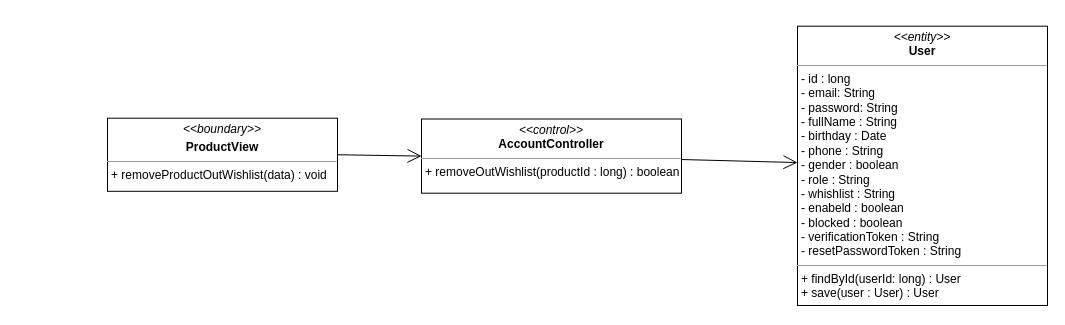
Above: class diagram/remove-product-to-wishlist.drawio in nguyenphamvan/datn_20202 (draw.io), before the change. Source tidied: cells renumbered, new cells numbered last; positions are measured from the earlier drawing's top-left corner, leaving out a move shared by most shapes. Both pictures are drawn from the tidied source at 100%, with x=0, y=0 at pixel (107, 26).
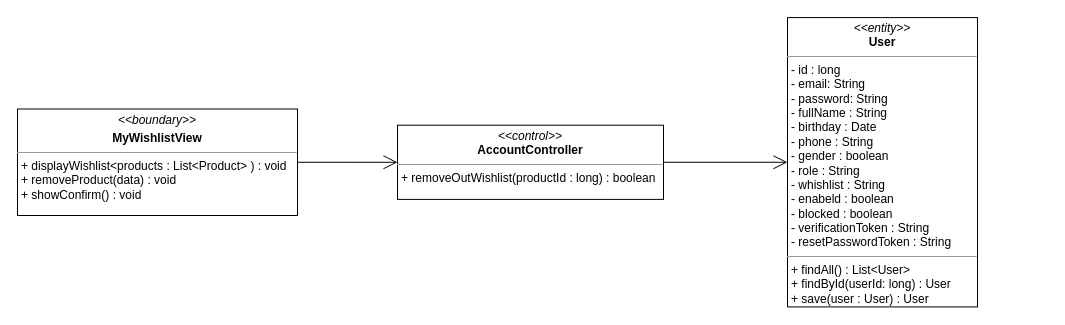
The same page after the edit.

The edit, as a diff of the source:
```diff
@@
 <mxGraphModel>
   <root>
     <mxCell id="0" />
     <mxCell id="1" parent="0" />
-    <mxCell id="2" value="&lt;p style=&quot;margin: 0px ; margin-top: 4px ; text-align: center&quot;&gt;&lt;i&gt;&amp;lt;&amp;lt;boundary&amp;gt;&amp;gt;&lt;/i&gt;&lt;/p&gt;&lt;p style=&quot;margin: 0px ; margin-top: 4px ; text-align: center&quot;&gt;&lt;b&gt;ProductView&lt;/b&gt;&lt;/p&gt;&lt;hr size=&quot;1&quot;&gt;&lt;p style=&quot;margin: 0px ; margin-left: 4px&quot;&gt;&lt;span&gt;+ removeProductOutWishlist(data) : void&lt;/span&gt;&lt;br&gt;&lt;/p&gt;" style="verticalAlign=top;align=left;overflow=fill;fontSize=12;fontFamily=Helvetica;html=1;" parent="1" vertex="1">
-      <mxGeometry y="91.7" width="230" height="73.1" as="geometry" />
+    <mxCell id="2" value="&lt;p style=&quot;margin: 0px ; margin-top: 4px ; text-align: center&quot;&gt;&lt;i&gt;&amp;lt;&amp;lt;boundary&amp;gt;&amp;gt;&lt;/i&gt;&lt;/p&gt;&lt;p style=&quot;margin: 0px ; margin-top: 4px ; text-align: center&quot;&gt;&lt;b&gt;MyWishlistView&lt;/b&gt;&lt;/p&gt;&lt;hr size=&quot;1&quot;&gt;&lt;p style=&quot;margin: 0px ; margin-left: 4px&quot;&gt;&lt;span&gt;+ displayWishlist&amp;lt;products : List&amp;lt;Product&amp;gt; ) : void&lt;/span&gt;&lt;/p&gt;&lt;p style=&quot;margin: 0px ; margin-left: 4px&quot;&gt;&lt;span&gt;+ removeProduct(data) : void&lt;/span&gt;&lt;br&gt;&lt;/p&gt;&lt;p style=&quot;margin: 0px ; margin-left: 4px&quot;&gt;+ showConfirm() : void&lt;/p&gt;" style="verticalAlign=top;align=left;overflow=fill;fontSize=12;fontFamily=Helvetica;html=1;" parent="1" vertex="1">
+      <mxGeometry x="-90" y="82.5" width="280" height="106.5" as="geometry" />
     </mxCell>
     <mxCell id="3" value="&lt;p style=&quot;margin: 0px ; margin-top: 4px ; text-align: center&quot;&gt;&lt;i&gt;&amp;lt;&amp;lt;control&amp;gt;&amp;gt;&lt;/i&gt;&lt;br&gt;&lt;b&gt;AccountController&lt;/b&gt;&lt;/p&gt;&lt;hr size=&quot;1&quot;&gt;&lt;p style=&quot;margin: 0px ; margin-left: 4px&quot;&gt;&lt;span&gt;+ removeOutWishlist(productId : long) : boolean&lt;/span&gt;&lt;br&gt;&lt;/p&gt;" style="verticalAlign=top;align=left;overflow=fill;fontSize=12;fontFamily=Helvetica;html=1;" parent="1" vertex="1">
-      <mxGeometry x="314" y="92.5" width="260" height="74.2" as="geometry" />
+      <mxGeometry x="290" y="98.7" width="266" height="74.2" as="geometry" />
     </mxCell>
-    <mxCell id="4" value="&lt;p style=&quot;margin: 0px ; margin-top: 4px ; text-align: center&quot;&gt;&lt;i&gt;&amp;lt;&amp;lt;entity&amp;gt;&amp;gt;&lt;/i&gt;&lt;br&gt;&lt;b&gt;User&lt;/b&gt;&lt;/p&gt;&lt;hr size=&quot;1&quot;&gt;&lt;p style=&quot;margin: 0px ; margin-left: 4px&quot;&gt;- id : long&lt;/p&gt;&lt;p style=&quot;margin: 0px ; margin-left: 4px&quot;&gt;- email: String&lt;br&gt;- password: String&lt;/p&gt;&lt;p style=&quot;margin: 0px ; margin-left: 4px&quot;&gt;- fullName : String&lt;/p&gt;&lt;p style=&quot;margin: 0px ; margin-left: 4px&quot;&gt;- birthday : Date&lt;/p&gt;&lt;p style=&quot;margin: 0px ; margin-left: 4px&quot;&gt;- phone : String&lt;/p&gt;&lt;p style=&quot;margin: 0px ; margin-left: 4px&quot;&gt;- gender : boolean&lt;/p&gt;&lt;p style=&quot;margin: 0px ; margin-left: 4px&quot;&gt;- role : String&lt;/p&gt;&lt;p style=&quot;margin: 0px ; margin-left: 4px&quot;&gt;- whishlist : String&lt;/p&gt;&lt;p style=&quot;margin: 0px ; margin-left: 4px&quot;&gt;- enabeld : boolean&lt;/p&gt;&lt;p style=&quot;margin: 0px ; margin-left: 4px&quot;&gt;- blocked : boolean&lt;/p&gt;&lt;p style=&quot;margin: 0px ; margin-left: 4px&quot;&gt;- verificationToken : String&lt;/p&gt;&lt;p style=&quot;margin: 0px ; margin-left: 4px&quot;&gt;- resetPasswordToken : String&lt;/p&gt;&lt;hr size=&quot;1&quot;&gt;&lt;p style=&quot;margin: 0px ; margin-left: 4px&quot;&gt;+ findById(userId: long) : User&lt;br&gt;&lt;/p&gt;&lt;p style=&quot;margin: 0px ; margin-left: 4px&quot;&gt;+ save(user : User) : User&lt;/p&gt;" style="verticalAlign=top;align=left;overflow=fill;fontSize=12;fontFamily=Helvetica;html=1;" parent="1" vertex="1">
-      <mxGeometry x="690" y="-0.3" width="250" height="279.3" as="geometry" />
+    <mxCell id="4" value="&lt;p style=&quot;margin: 0px ; margin-top: 4px ; text-align: center&quot;&gt;&lt;i&gt;&amp;lt;&amp;lt;entity&amp;gt;&amp;gt;&lt;/i&gt;&lt;br&gt;&lt;b&gt;User&lt;/b&gt;&lt;/p&gt;&lt;hr size=&quot;1&quot;&gt;&lt;p style=&quot;margin: 0px ; margin-left: 4px&quot;&gt;- id : long&lt;/p&gt;&lt;p style=&quot;margin: 0px ; margin-left: 4px&quot;&gt;- email: String&lt;br&gt;- password: String&lt;/p&gt;&lt;p style=&quot;margin: 0px ; margin-left: 4px&quot;&gt;- fullName : String&lt;/p&gt;&lt;p style=&quot;margin: 0px ; margin-left: 4px&quot;&gt;- birthday : Date&lt;/p&gt;&lt;p style=&quot;margin: 0px ; margin-left: 4px&quot;&gt;- phone : String&lt;/p&gt;&lt;p style=&quot;margin: 0px ; margin-left: 4px&quot;&gt;- gender : boolean&lt;/p&gt;&lt;p style=&quot;margin: 0px ; margin-left: 4px&quot;&gt;- role : String&lt;/p&gt;&lt;p style=&quot;margin: 0px ; margin-left: 4px&quot;&gt;- whishlist : String&lt;/p&gt;&lt;p style=&quot;margin: 0px ; margin-left: 4px&quot;&gt;- enabeld : boolean&lt;/p&gt;&lt;p style=&quot;margin: 0px ; margin-left: 4px&quot;&gt;- blocked : boolean&lt;/p&gt;&lt;p style=&quot;margin: 0px ; margin-left: 4px&quot;&gt;- verificationToken : String&lt;/p&gt;&lt;p style=&quot;margin: 0px ; margin-left: 4px&quot;&gt;- resetPasswordToken : String&lt;/p&gt;&lt;hr size=&quot;1&quot;&gt;&lt;p style=&quot;margin: 0px ; margin-left: 4px&quot;&gt;+ findAll() : List&amp;lt;User&amp;gt;&lt;/p&gt;&lt;p style=&quot;margin: 0px ; margin-left: 4px&quot;&gt;+ findById(userId: long) : User&lt;br&gt;&lt;/p&gt;&lt;p style=&quot;margin: 0px ; margin-left: 4px&quot;&gt;+ save(user : User) : User&lt;/p&gt;" style="verticalAlign=top;align=left;overflow=fill;fontSize=12;fontFamily=Helvetica;html=1;" parent="1" vertex="1">
+      <mxGeometry x="680" y="-8.9" width="190" height="289.3" as="geometry" />
     </mxCell>
     <mxCell id="5" style="endArrow=open;endFill=1;endSize=12;html=1;entryX=0;entryY=0.5;entryDx=0;entryDy=0;exitX=1;exitY=0.5;exitDx=0;exitDy=0;" parent="1" edge="1" source="2" target="3">
       <mxGeometry relative="1" as="geometry" />
     </mxCell>
     <mxCell id="6" style="endArrow=open;endFill=1;endSize=12;html=1;" parent="1" edge="1" source="3" target="4">
       <mxGeometry relative="1" as="geometry" />
     </mxCell>
   </root>
 </mxGraphModel>
```
